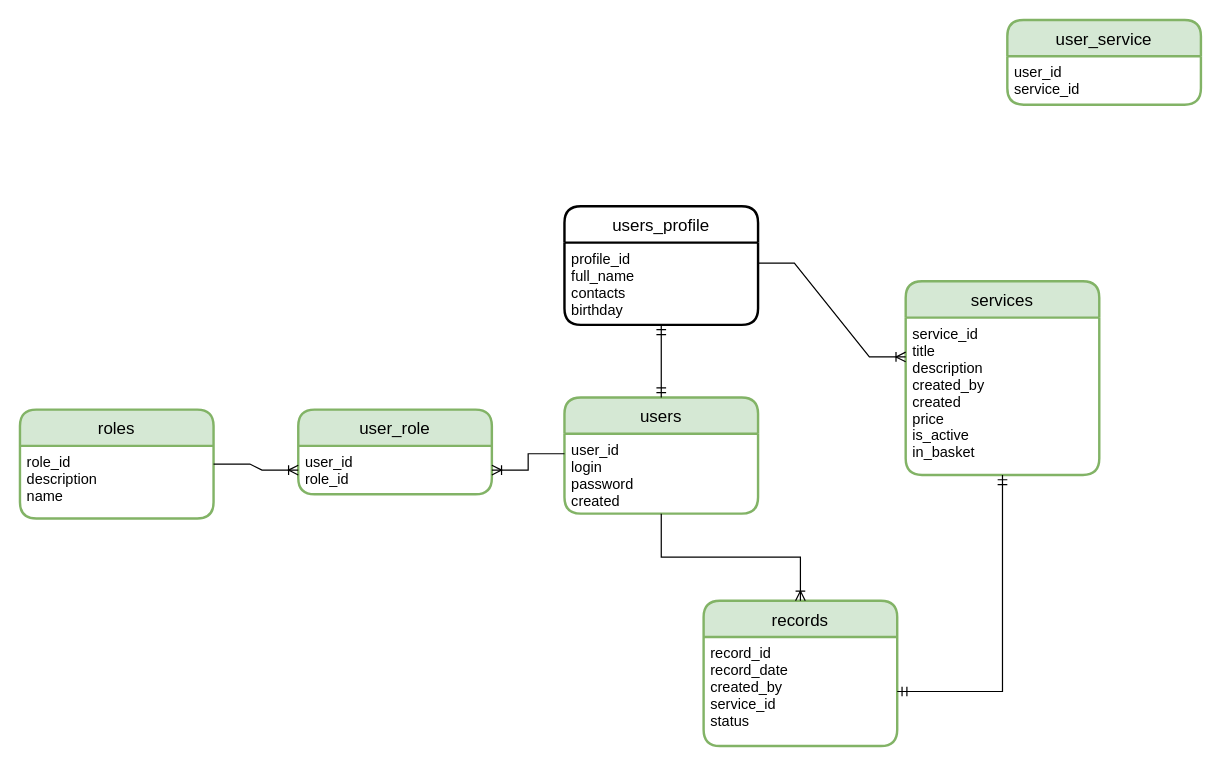
The draw.io diagram db_schema.drawio in LeksinaAnna/self-employed-services, before the edit. Source tidied: cells renumbered, new cells numbered last; positions are measured from the earlier drawing's top-left corner, leaving out a move shared by most shapes. Both pictures are drawn from the tidied source at 121%, with x=0, y=0 at pixel (19, 19).
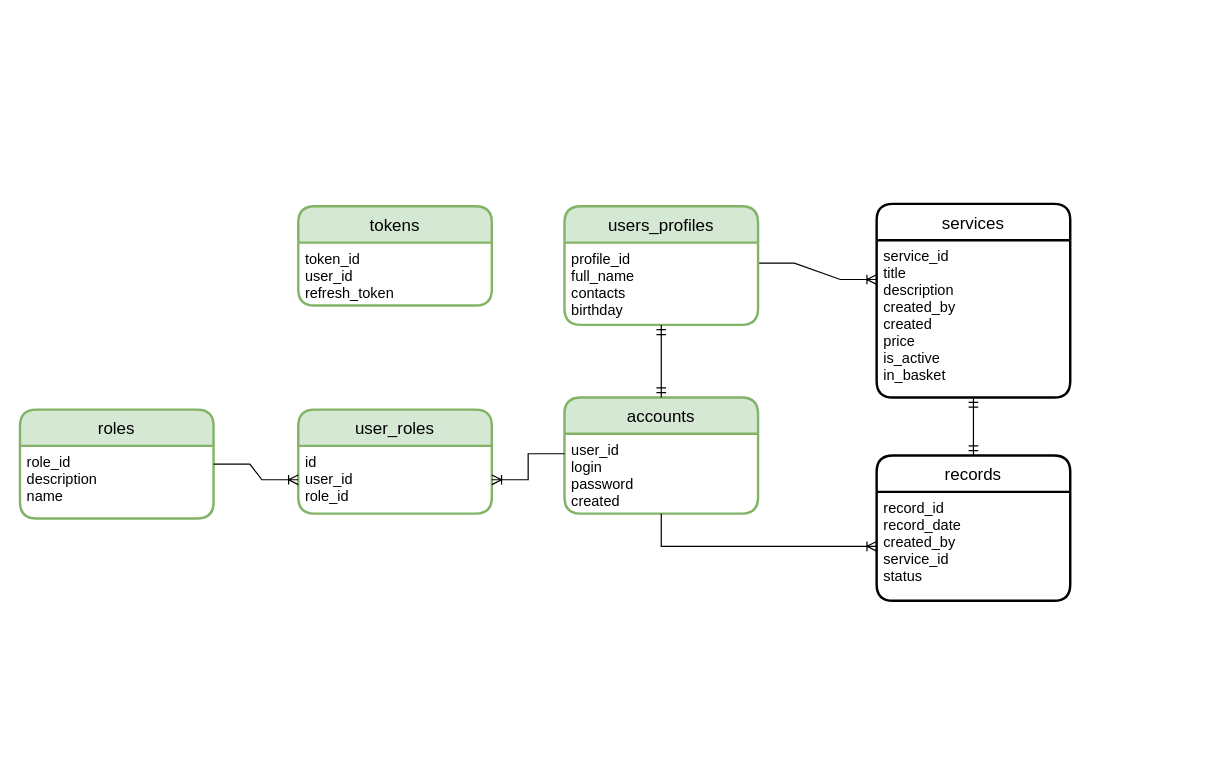
The same page after the edit.

Unchanged cells that the change refers to:
```xml
<mxCell id="3" value="user_id&#10;login&#10;password&#10;created" style="align=left;strokeColor=none;fillColor=none;spacingLeft=4;fontSize=12;verticalAlign=top;" parent="2" vertex="1">
  <mxGeometry y="30" width="160" height="66" as="geometry" />
</mxCell>
<mxCell id="9" value="service_id&#10;title&#10;description&#10;created_by&#10;created&#10;price&#10;is_active&#10;in_basket" style="align=left;strokeColor=none;fillColor=none;spacingLeft=4;fontSize=12;verticalAlign=top;" parent="8" vertex="1">
  <mxGeometry y="30" width="160" height="130" as="geometry" />
</mxCell>
<mxCell id="13" value="record_id&#10;record_date&#10;created_by&#10;service_id&#10;status" style="align=left;strokeColor=none;fillColor=none;spacingLeft=4;fontSize=12;verticalAlign=top;" parent="12" vertex="1">
  <mxGeometry y="30" width="160" height="90" as="geometry" />
</mxCell>
```

Diff of the diagram source:
```diff
@@
-    <mxCell id="2" value="users" style="swimlane;horizontal=1;startSize=30;rounded=1;fontSize=14;fontStyle=0;strokeWidth=2;shadow=0;dashed=0;align=center;fillColor=#d5e8d4;strokeColor=#82b366;" parent="1" vertex="1">
+    <mxCell id="2" value="accounts" style="swimlane;horizontal=1;startSize=30;rounded=1;fontSize=14;fontStyle=0;strokeWidth=2;shadow=0;dashed=0;align=center;fillColor=#d5e8d4;strokeColor=#82b366;" parent="1" vertex="1">
       <mxGeometry x="450" y="312" width="160" height="96" as="geometry" />
     </mxCell>
@@
-    <mxCell id="6" value="user_role" style="swimlane;horizontal=1;startSize=30;rounded=1;fontSize=14;fontStyle=0;strokeWidth=2;shadow=0;dashed=0;align=center;fillColor=#d5e8d4;strokeColor=#82b366;" parent="1" vertex="1">
-      <mxGeometry x="230" y="322" width="160" height="70" as="geometry" />
+    <mxCell id="6" value="user_roles" style="swimlane;horizontal=1;startSize=30;rounded=1;fontSize=14;fontStyle=0;strokeWidth=2;shadow=0;dashed=0;align=center;fillColor=#d5e8d4;strokeColor=#82b366;" parent="1" vertex="1">
+      <mxGeometry x="230" y="322" width="160" height="86" as="geometry" />
     </mxCell>
-    <mxCell id="7" value="user_id&#10;role_id" style="align=left;strokeColor=none;fillColor=none;spacingLeft=4;fontSize=12;verticalAlign=top;" parent="6" vertex="1">
-      <mxGeometry y="30" width="160" height="40" as="geometry" />
+    <mxCell id="7" value="id&#10;user_id&#10;role_id" style="align=left;strokeColor=none;fillColor=none;spacingLeft=4;fontSize=12;verticalAlign=top;" parent="6" vertex="1">
+      <mxGeometry y="30" width="160" height="56" as="geometry" />
     </mxCell>
-    <mxCell id="8" value="services" style="swimlane;horizontal=1;startSize=30;rounded=1;fontSize=14;fontStyle=0;strokeWidth=2;shadow=0;dashed=0;align=center;fillColor=#d5e8d4;strokeColor=#82b366;" parent="1" vertex="1">
-      <mxGeometry x="732" y="216" width="160" height="160" as="geometry" />
+    <mxCell id="8" value="services" style="swimlane;horizontal=1;startSize=30;rounded=1;fontSize=14;fontStyle=0;strokeWidth=2;shadow=0;dashed=0;align=center;" parent="1" vertex="1">
+      <mxGeometry x="708" y="152" width="160" height="160" as="geometry" />
     </mxCell>
@@
-    <mxCell id="10" value="user_service" style="swimlane;horizontal=1;startSize=30;rounded=1;fontSize=14;fontStyle=0;strokeWidth=2;shadow=0;dashed=0;align=center;fillColor=#d5e8d4;strokeColor=#82b366;" parent="1" vertex="1">
-      <mxGeometry x="816" width="160" height="70" as="geometry" />
-    </mxCell>
-    <mxCell id="11" value="user_id&#10;service_id" style="align=left;strokeColor=none;fillColor=none;spacingLeft=4;fontSize=12;verticalAlign=top;" parent="10" vertex="1">
-      <mxGeometry y="30" width="160" height="40" as="geometry" />
-    </mxCell>
-    <mxCell id="12" value="records" style="swimlane;horizontal=1;startSize=30;rounded=1;fontSize=14;fontStyle=0;strokeWidth=2;shadow=0;dashed=0;align=center;fillColor=#d5e8d4;strokeColor=#82b366;" parent="1" vertex="1">
-      <mxGeometry x="565" y="480" width="160" height="120" as="geometry" />
+    <mxCell id="12" value="records" style="swimlane;horizontal=1;startSize=30;rounded=1;fontSize=14;fontStyle=0;strokeWidth=2;shadow=0;dashed=0;align=center;" parent="1" vertex="1">
+      <mxGeometry x="708" y="360" width="160" height="120" as="geometry" />
     </mxCell>
@@
-    <mxCell id="16" style="fontSize=12;html=1;endArrow=ERoneToMany;rounded=0;exitX=0.5;exitY=1;exitDx=0;exitDy=0;entryX=0.5;entryY=0;entryDx=0;entryDy=0;edgeStyle=elbowEdgeStyle;elbow=vertical;" parent="1" edge="1" source="3" target="12">
-      <mxGeometry relative="1" as="geometry" />
+    <mxCell id="16" style="fontSize=12;html=1;endArrow=ERoneToMany;rounded=0;exitX=0.5;exitY=1;exitDx=0;exitDy=0;entryX=0;entryY=0.5;entryDx=0;entryDy=0;edgeStyle=elbowEdgeStyle;elbow=vertical;" parent="1" edge="1" source="3" target="13">
+      <mxGeometry relative="1" as="geometry">
+        <Array as="points">
+          <mxPoint x="530" y="435" />
+        </Array>
+      </mxGeometry>
     </mxCell>
-    <mxCell id="17" style="edgeStyle=orthogonalEdgeStyle;fontSize=12;html=1;endArrow=ERmandOne;startArrow=ERmandOne;rounded=0;elbow=vertical;exitX=1;exitY=0.5;exitDx=0;exitDy=0;entryX=0.5;entryY=1;entryDx=0;entryDy=0;" parent="1" edge="1" source="13" target="9">
+    <mxCell id="17" style="edgeStyle=orthogonalEdgeStyle;fontSize=12;html=1;endArrow=ERmandOne;startArrow=ERmandOne;rounded=0;elbow=vertical;exitX=0.5;exitY=0;exitDx=0;exitDy=0;entryX=0.5;entryY=1;entryDx=0;entryDy=0;" parent="1" edge="1" source="12" target="9">
       <mxGeometry relative="1" as="geometry" />
     </mxCell>
@@
-    <mxCell id="19" value="users_profile" style="swimlane;horizontal=1;startSize=30;rounded=1;fontSize=14;fontStyle=0;strokeWidth=2;shadow=0;dashed=0;align=center;gradientColor=none;" parent="1" vertex="1">
+    <mxCell id="19" value="users_profiles" style="swimlane;horizontal=1;startSize=30;rounded=1;fontSize=14;fontStyle=0;strokeWidth=2;shadow=0;dashed=0;align=center;fillColor=#d5e8d4;strokeColor=#82b366;" parent="1" vertex="1">
       <mxGeometry x="450" y="154" width="160" height="98" as="geometry" />
     </mxCell>
@@
+    <mxCell id="22" value="tokens" style="swimlane;horizontal=1;startSize=30;rounded=1;fontSize=14;fontStyle=0;strokeWidth=2;shadow=0;dashed=0;align=center;fillColor=#d5e8d4;strokeColor=#82b366;" parent="1" vertex="1">
+      <mxGeometry x="230" y="154" width="160" height="82" as="geometry" />
+    </mxCell>
+    <mxCell id="23" value="token_id&#10;user_id&#10;refresh_token" style="align=left;strokeColor=none;fillColor=none;spacingLeft=4;fontSize=12;verticalAlign=top;" parent="22" vertex="1">
+      <mxGeometry y="30" width="160" height="52" as="geometry" />
+    </mxCell>
```
